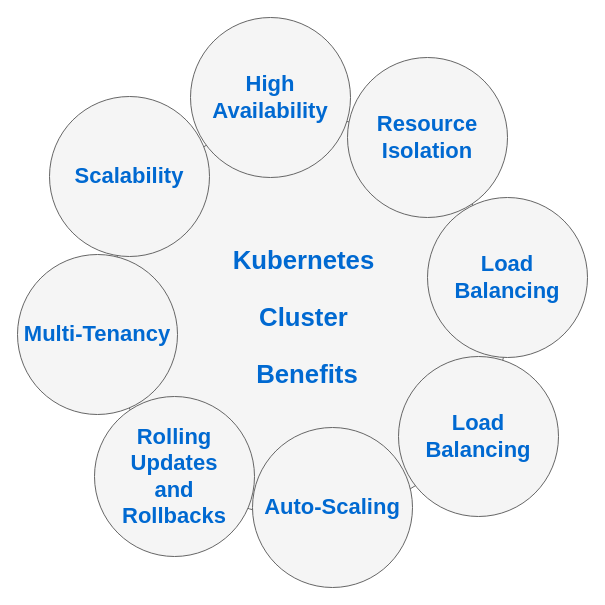
The draw.io diagram Untitled Diagram.drawio in MattGhafouri/MajeQafouri, before the edit. Source tidied: cells renumbered, new cells numbered last; positions are measured from the earlier drawing's top-left corner, leaving out a move shared by most shapes. Both pictures are drawn from the tidied source at 100%, with x=0, y=0 at pixel (17, 17).
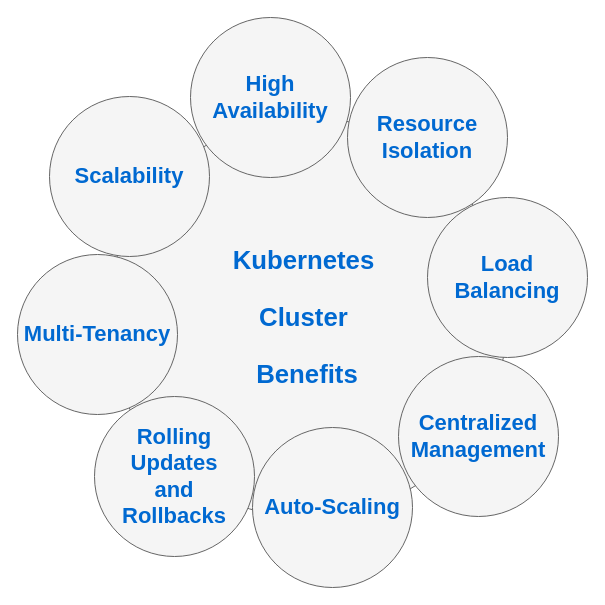
The same page after the edit.

Change to the diagram source:
```diff
@@
 <mxGraphModel>
   <root>
     <mxCell id="0" />
     <mxCell id="1" parent="0" />
     <mxCell id="2" value="&lt;h3 class=&quot;graf graf--h3&quot; name=&quot;c93f&quot;&gt;&lt;font face=&quot;Helvetica&quot;&gt;Kubernetes&amp;nbsp;&lt;/font&gt;&lt;/h3&gt;&lt;h3 class=&quot;graf graf--h3&quot; name=&quot;c93f&quot;&gt;&lt;font face=&quot;Helvetica&quot;&gt;Cluster&amp;nbsp;&lt;/font&gt;&lt;/h3&gt;&lt;h3 class=&quot;graf graf--h3&quot; name=&quot;c93f&quot;&gt;&lt;font face=&quot;Helvetica&quot;&gt;Benefits&lt;/font&gt;&lt;br&gt;&lt;/h3&gt;" style="ellipse;whiteSpace=wrap;html=1;rounded=0;shadow=0;dashed=0;comic=0;fontFamily=Verdana;fontSize=22;fontColor=#0069D1;fillColor=#f5f5f5;strokeColor=#666666;" parent="1" vertex="1">
       <mxGeometry x="90" y="100" width="400" height="400" as="geometry" />
     </mxCell>
     <mxCell id="3" value="&lt;font face=&quot;Helvetica&quot;&gt;&lt;b&gt;High Availability&lt;/b&gt;&lt;/font&gt;" style="ellipse;whiteSpace=wrap;html=1;rounded=0;shadow=0;dashed=0;comic=0;fontFamily=Verdana;fontSize=22;fontColor=#0069D1;fillColor=#f5f5f5;strokeColor=#666666;" parent="1" vertex="1">
       <mxGeometry x="173" width="160" height="160" as="geometry" />
     </mxCell>
     <mxCell id="4" value="&lt;font face=&quot;Helvetica&quot;&gt;&lt;b&gt;Rolling Updates &lt;br&gt;and &lt;br&gt;Rollbacks&lt;/b&gt;&lt;/font&gt;" style="ellipse;whiteSpace=wrap;html=1;rounded=0;shadow=0;dashed=0;comic=0;fontFamily=Verdana;fontSize=22;fontColor=#0069D1;fillColor=#f5f5f5;strokeColor=#666666;align=center;" parent="1" vertex="1">
       <mxGeometry x="77" y="379" width="160" height="160" as="geometry" />
     </mxCell>
     <mxCell id="5" value="&lt;font face=&quot;Helvetica&quot;&gt;&lt;b&gt;Scalability&lt;/b&gt;&lt;/font&gt;" style="ellipse;whiteSpace=wrap;html=1;rounded=0;shadow=0;dashed=0;comic=0;fontFamily=Verdana;fontSize=22;fontColor=#0069D1;fillColor=#f5f5f5;strokeColor=#666666;" parent="1" vertex="1">
       <mxGeometry x="32" y="79" width="160" height="160" as="geometry" />
     </mxCell>
     <mxCell id="6" value="&lt;font face=&quot;Helvetica&quot;&gt;&lt;b&gt;Resource Isolation&lt;/b&gt;&lt;/font&gt;" style="ellipse;whiteSpace=wrap;html=1;rounded=0;shadow=0;dashed=0;comic=0;fontFamily=Verdana;fontSize=22;fontColor=#0069D1;fillColor=#f5f5f5;strokeColor=#666666;align=center;" parent="1" vertex="1">
       <mxGeometry x="330" y="40" width="160" height="160" as="geometry" />
     </mxCell>
     <mxCell id="7" value="&lt;div&gt;&lt;font style=&quot;&quot; face=&quot;Helvetica&quot;&gt;&lt;b&gt;Auto-Scaling&lt;/b&gt;&lt;/font&gt;&lt;br&gt;&lt;/div&gt;" style="ellipse;whiteSpace=wrap;html=1;rounded=0;shadow=0;dashed=0;comic=0;fontFamily=Verdana;fontSize=22;fontColor=#0069D1;fillColor=#f5f5f5;strokeColor=#666666;" parent="1" vertex="1">
       <mxGeometry x="235" y="410" width="160" height="160" as="geometry" />
     </mxCell>
     <mxCell id="8" value="&lt;div&gt;&lt;b&gt;&lt;font face=&quot;Helvetica&quot;&gt;Multi-Tenancy&lt;/font&gt;&lt;/b&gt;&lt;br&gt;&lt;/div&gt;" style="ellipse;whiteSpace=wrap;html=1;rounded=0;shadow=0;dashed=0;comic=0;fontFamily=Verdana;fontSize=22;fontColor=#0069D1;fillColor=#f5f5f5;strokeColor=#666666;" parent="1" vertex="1">
       <mxGeometry y="237" width="160" height="160" as="geometry" />
     </mxCell>
     <mxCell id="9" value="&lt;font face=&quot;Helvetica&quot;&gt;&lt;b&gt;Load Balancing&lt;/b&gt;&lt;/font&gt;" style="ellipse;whiteSpace=wrap;html=1;rounded=0;shadow=0;dashed=0;comic=0;fontFamily=Verdana;fontSize=22;fontColor=#0069D1;fillColor=#f5f5f5;strokeColor=#666666;align=center;" parent="1" vertex="1">
       <mxGeometry x="410" y="180" width="160" height="160" as="geometry" />
     </mxCell>
-    <mxCell id="10" value="&lt;font face=&quot;Helvetica&quot;&gt;&lt;b&gt;Load Balancing&lt;/b&gt;&lt;/font&gt;" style="ellipse;whiteSpace=wrap;html=1;rounded=0;shadow=0;dashed=0;comic=0;fontFamily=Verdana;fontSize=22;fontColor=#0069D1;fillColor=#f5f5f5;strokeColor=#666666;align=center;" parent="1" vertex="1">
+    <mxCell id="10" value="&lt;font face=&quot;Helvetica&quot;&gt;&lt;b&gt;Centralized Management&lt;/b&gt;&lt;/font&gt;" style="ellipse;whiteSpace=wrap;html=1;rounded=0;shadow=0;dashed=0;comic=0;fontFamily=Verdana;fontSize=22;fontColor=#0069D1;fillColor=#f5f5f5;strokeColor=#666666;align=center;" parent="1" vertex="1">
       <mxGeometry x="381" y="339" width="160" height="160" as="geometry" />
     </mxCell>
   </root>
 </mxGraphModel>
```
